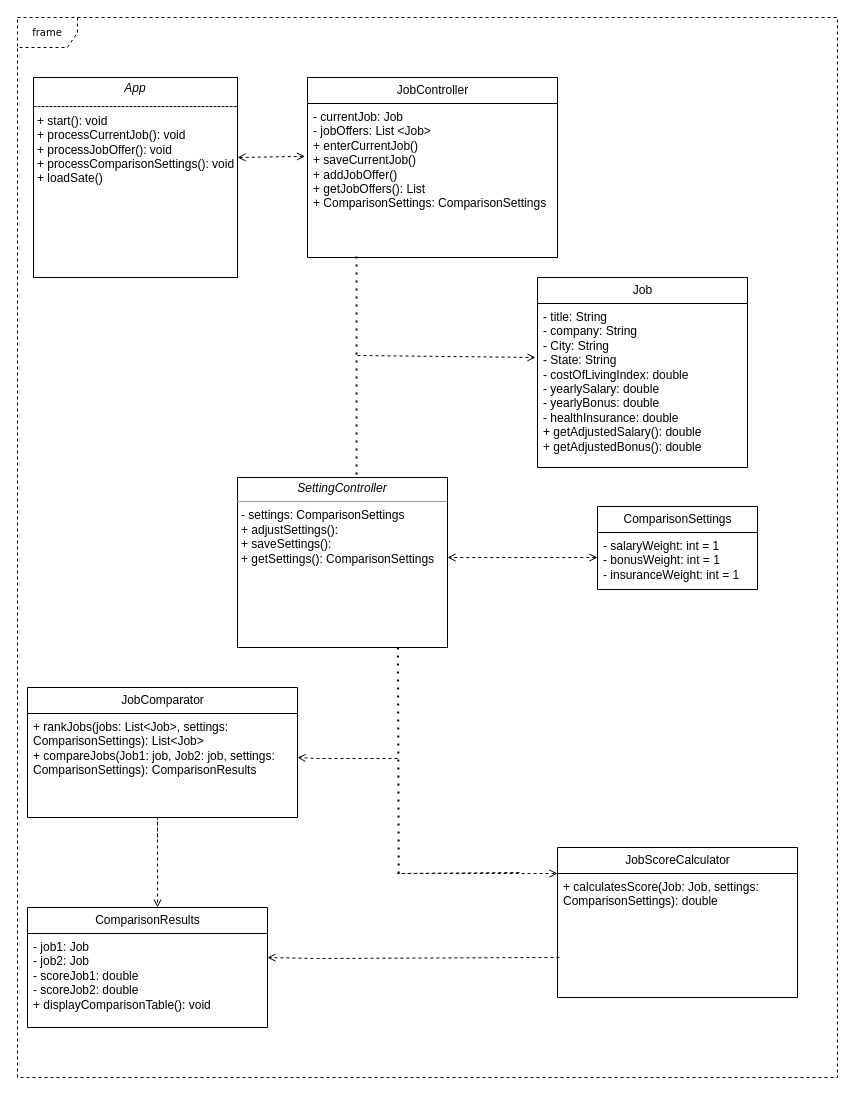
Above: Untitled Diagram.drawio in yzhuo46/myrepo (draw.io), before the change. Source tidied: cells renumbered, new cells numbered last; positions are measured from the earlier drawing's top-left corner, leaving out a move shared by most shapes. Both pictures are drawn from the tidied source at 100%, with x=0, y=0 at pixel (17, 17).
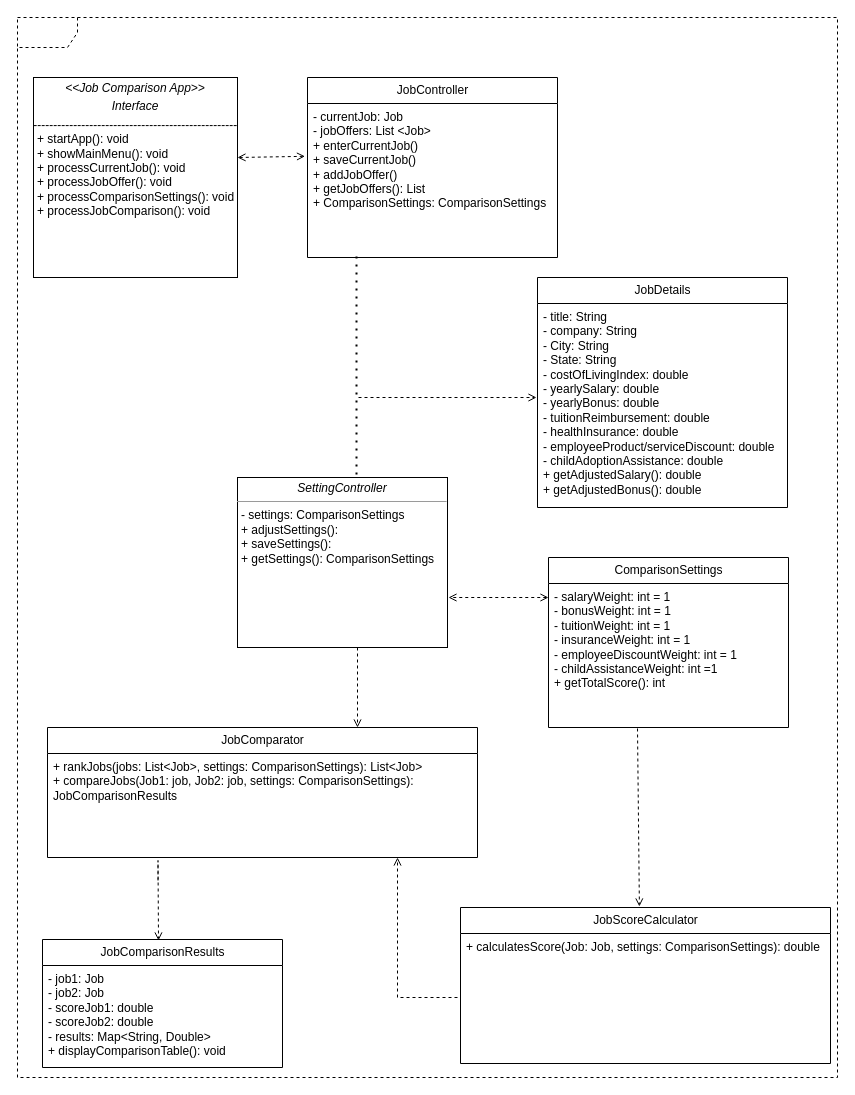
After the change.

Change to the diagram source:
```diff
@@
-    <mxCell id="2" value="frame" style="shape=umlFrame;whiteSpace=wrap;html=1;rounded=0;shadow=0;comic=0;labelBackgroundColor=none;strokeWidth=1;fontFamily=Verdana;fontSize=10;align=center;dashed=1;" parent="1" vertex="1">
+    <mxCell id="2" style="shape=umlFrame;whiteSpace=wrap;html=1;rounded=0;shadow=0;comic=0;labelBackgroundColor=none;strokeWidth=1;fontFamily=Verdana;fontSize=10;align=center;dashed=1;" parent="1" vertex="1">
       <mxGeometry width="820" height="1060" as="geometry" />
     </mxCell>
@@
-    <mxCell id="5" value="&lt;font style=&quot;font-size: 12px;&quot; face=&quot;Helvetica&quot;&gt;Job&lt;/font&gt;" style="swimlane;html=1;fontStyle=0;horizontal=1;startSize=26;fillColor=none;swimlaneFillColor=#ffffff;rounded=0;shadow=0;comic=0;labelBackgroundColor=none;strokeWidth=1;fontFamily=Verdana;fontSize=10;align=center;" parent="1" vertex="1">
-      <mxGeometry x="520" y="260" width="210" height="190" as="geometry" />
+    <mxCell id="5" value="&lt;font style=&quot;font-size: 12px;&quot; face=&quot;Helvetica&quot;&gt;JobDetails&lt;/font&gt;" style="swimlane;html=1;fontStyle=0;horizontal=1;startSize=26;fillColor=none;swimlaneFillColor=#ffffff;rounded=0;shadow=0;comic=0;labelBackgroundColor=none;strokeWidth=1;fontFamily=Verdana;fontSize=10;align=center;" parent="1" vertex="1">
+      <mxGeometry x="520" y="260" width="250" height="230" as="geometry" />
     </mxCell>
-    <mxCell id="6" value="- title: String&lt;div&gt;- company: String&lt;/div&gt;&lt;div&gt;- City: String&lt;/div&gt;&lt;div&gt;- State: String&lt;/div&gt;&lt;div&gt;- costOfLivingIndex: double&lt;/div&gt;&lt;div&gt;- yearlySalary: double&lt;/div&gt;&lt;div&gt;- yearlyBonus: double&lt;/div&gt;&lt;div&gt;- healthInsurance: double&lt;/div&gt;&lt;div&gt;+ getAdjustedSalary(): double&lt;/div&gt;&lt;div&gt;+ getAdjustedBonus(): double&lt;/div&gt;" style="text;html=1;strokeColor=none;fillColor=none;align=left;verticalAlign=top;spacingLeft=4;spacingRight=4;whiteSpace=wrap;overflow=hidden;" parent="5" vertex="1">
-      <mxGeometry y="26" width="210" height="164" as="geometry" />
+    <mxCell id="6" value="- title: String&lt;div&gt;- company: String&lt;/div&gt;&lt;div&gt;- City: String&lt;/div&gt;&lt;div&gt;- State: String&lt;/div&gt;&lt;div&gt;- costOfLivingIndex: double&lt;/div&gt;&lt;div&gt;- yearlySalary: double&lt;/div&gt;&lt;div&gt;- yearlyBonus: double&lt;/div&gt;&lt;div&gt;- tuitionReimbursement: double&lt;/div&gt;&lt;div&gt;- healthInsurance: double&lt;/div&gt;&lt;div&gt;- employeeProduct/serviceDiscount: double&lt;/div&gt;&lt;div&gt;- childAdoptionAssistance: double&lt;/div&gt;&lt;div&gt;+ getAdjustedSalary(): double&lt;/div&gt;&lt;div&gt;+ getAdjustedBonus(): double&lt;/div&gt;" style="text;html=1;strokeColor=none;fillColor=none;align=left;verticalAlign=top;spacingLeft=4;spacingRight=4;whiteSpace=wrap;overflow=hidden;" parent="5" vertex="1">
+      <mxGeometry y="26" width="250" height="204" as="geometry" />
     </mxCell>
     <mxCell id="7" value="&lt;font style=&quot;font-size: 12px;&quot; face=&quot;Helvetica&quot;&gt;JobScoreCalculator&lt;/font&gt;" style="swimlane;html=1;fontStyle=0;horizontal=1;startSize=26;fillColor=none;swimlaneFillColor=#ffffff;rounded=0;shadow=0;comic=0;labelBackgroundColor=none;strokeWidth=1;fontFamily=Verdana;fontSize=10;align=center;" parent="1" vertex="1">
-      <mxGeometry x="540" y="830" width="240" height="150" as="geometry" />
+      <mxGeometry x="443" y="890" width="370" height="156" as="geometry" />
     </mxCell>
     <mxCell id="8" value="+ calculatesScore(Job: Job, settings: ComparisonSettings): double" style="text;html=1;strokeColor=none;fillColor=none;align=left;verticalAlign=top;spacingLeft=4;spacingRight=4;whiteSpace=wrap;overflow=hidden;points=[[0,0.5],[1,0.5]];portConstraint=eastwest;" parent="7" vertex="1">
-      <mxGeometry y="26" width="240" height="124" as="geometry" />
+      <mxGeometry y="26" width="370" height="130" as="geometry" />
     </mxCell>
     <mxCell id="9" value="&lt;font style=&quot;font-size: 12px;&quot; face=&quot;Helvetica&quot;&gt;JobComparator&lt;/font&gt;" style="swimlane;html=1;fontStyle=0;horizontal=1;startSize=26;fillColor=none;swimlaneFillColor=#ffffff;rounded=0;shadow=0;comic=0;labelBackgroundColor=none;strokeWidth=1;fontFamily=Verdana;fontSize=10;align=center;" parent="1" vertex="1">
-      <mxGeometry x="10" y="670" width="270" height="130" as="geometry" />
+      <mxGeometry x="30" y="710" width="430" height="130" as="geometry" />
     </mxCell>
-    <mxCell id="10" value="+ rankJobs(jobs: List&amp;lt;Job&amp;gt;, settings: ComparisonSettings): List&amp;lt;Job&amp;gt;&lt;div&gt;+ compareJobs(Job1: job, Job2: job, settings: ComparisonSettings): ComparisonResults&lt;/div&gt;" style="text;html=1;strokeColor=none;fillColor=none;align=left;verticalAlign=top;spacingLeft=4;spacingRight=4;whiteSpace=wrap;overflow=hidden;" parent="9" vertex="1">
-      <mxGeometry y="26" width="270" height="74" as="geometry" />
+    <mxCell id="10" value="+ rankJobs(jobs: List&amp;lt;Job&amp;gt;, settings: ComparisonSettings): List&amp;lt;Job&amp;gt;&lt;div&gt;+ compareJobs(Job1: job, Job2: job, settings: ComparisonSettings): JobComparisonResults&lt;/div&gt;" style="text;html=1;strokeColor=none;fillColor=none;align=left;verticalAlign=top;spacingLeft=4;spacingRight=4;whiteSpace=wrap;overflow=hidden;" parent="9" vertex="1">
+      <mxGeometry y="26" width="430" height="74" as="geometry" />
     </mxCell>
     <mxCell id="11" value="&lt;font style=&quot;font-size: 12px;&quot; face=&quot;Helvetica&quot;&gt;ComparisonSettings&lt;/font&gt;" style="swimlane;html=1;fontStyle=0;horizontal=1;startSize=26;fillColor=none;swimlaneFillColor=#ffffff;rounded=0;shadow=0;comic=0;labelBackgroundColor=none;strokeWidth=1;fontFamily=Verdana;fontSize=10;align=center;" parent="1" vertex="1">
-      <mxGeometry x="580" y="489" width="160" height="83" as="geometry" />
+      <mxGeometry x="531" y="540" width="240" height="170" as="geometry" />
     </mxCell>
-    <mxCell id="12" value="- salaryWeight: int = 1&lt;div&gt;- bonusWeight: int = 1&lt;/div&gt;&lt;div&gt;- insuranceWeight: int = 1&lt;/div&gt;" style="text;html=1;strokeColor=none;fillColor=none;align=left;verticalAlign=top;spacingLeft=4;spacingRight=4;whiteSpace=wrap;overflow=hidden;" parent="11" vertex="1">
-      <mxGeometry y="26" width="160" height="54" as="geometry" />
+    <mxCell id="12" value="- salaryWeight: int = 1&lt;div&gt;- bonusWeight: int = 1&lt;/div&gt;&lt;div&gt;- tuitionWeight: int = 1&lt;/div&gt;&lt;div&gt;- insuranceWeight: int = 1&lt;/div&gt;&lt;div&gt;- employeeDiscountWeight: int = 1&lt;/div&gt;&lt;div&gt;- childAssistanceWeight: int =1&lt;/div&gt;&lt;div&gt;+ getTotalScore(): int&lt;/div&gt;" style="text;html=1;strokeColor=none;fillColor=none;align=left;verticalAlign=top;spacingLeft=4;spacingRight=4;whiteSpace=wrap;overflow=hidden;" parent="11" vertex="1">
+      <mxGeometry y="26" width="240" height="144" as="geometry" />
     </mxCell>
-    <mxCell id="13" value="&lt;p style=&quot;margin:0px;margin-top:4px;text-align:center;&quot;&gt;&lt;i&gt;App&lt;/i&gt;&lt;br&gt;&lt;/p&gt;&lt;p style=&quot;margin:0px;margin-top:4px;text-align:center;&quot;&gt;&lt;i&gt;---------------------------------------------------&lt;/i&gt;&lt;/p&gt;&lt;p style=&quot;margin:0px;margin-left:4px;&quot;&gt;+ start(): void&lt;br&gt;+ processCurrentJob(): void&lt;/p&gt;&lt;p style=&quot;margin:0px;margin-left:4px;&quot;&gt;+ processJobOffer(): void&lt;/p&gt;&lt;p style=&quot;margin:0px;margin-left:4px;&quot;&gt;+ processComparisonSettings(): void&lt;/p&gt;&lt;p style=&quot;margin:0px;margin-left:4px;&quot;&gt;+ loadSate()&lt;/p&gt;" style="verticalAlign=top;align=left;overflow=fill;fontSize=12;fontFamily=Helvetica;html=1;rounded=0;shadow=0;comic=0;labelBackgroundColor=none;strokeWidth=1;" parent="1" vertex="1">
+    <mxCell id="13" value="&lt;p style=&quot;margin:0px;margin-top:4px;text-align:center;&quot;&gt;&lt;i&gt;&amp;lt;&amp;lt;Job Comparison App&amp;gt;&amp;gt;&lt;/i&gt;&lt;br&gt;&lt;/p&gt;&lt;p style=&quot;margin:0px;margin-top:4px;text-align:center;&quot;&gt;&lt;i&gt;Interface&lt;/i&gt;&lt;/p&gt;&lt;p style=&quot;margin:0px;margin-top:4px;text-align:center;&quot;&gt;&lt;i&gt;---------------------------------------------------&lt;/i&gt;&lt;/p&gt;&lt;p style=&quot;margin:0px;margin-left:4px;&quot;&gt;+ startApp(): void&lt;/p&gt;&lt;p style=&quot;margin:0px;margin-left:4px;&quot;&gt;+ showMainMenu(): void&lt;br&gt;+ processCurrentJob(): void&lt;/p&gt;&lt;p style=&quot;margin:0px;margin-left:4px;&quot;&gt;+ processJobOffer(): void&lt;/p&gt;&lt;p style=&quot;margin:0px;margin-left:4px;&quot;&gt;+ processComparisonSettings(): void&lt;/p&gt;&lt;p style=&quot;margin:0px;margin-left:4px;&quot;&gt;+ processJobComparison(): void&lt;/p&gt;" style="verticalAlign=top;align=left;overflow=fill;fontSize=12;fontFamily=Helvetica;html=1;rounded=0;shadow=0;comic=0;labelBackgroundColor=none;strokeWidth=1;" parent="1" vertex="1">
       <mxGeometry x="16" y="60" width="204" height="200" as="geometry" />
     </mxCell>
@@
     <mxCell id="18" style="endArrow=open;html=1;rounded=0;dashed=1;endFill=0;" parent="1" edge="1">
       <mxGeometry relative="1" as="geometry">
-        <mxPoint x="340" y="338" as="sourcePoint" />
-        <mxPoint x="518" y="340" as="targetPoint" />
+        <mxPoint x="341" y="380" as="sourcePoint" />
+        <mxPoint x="519" y="380" as="targetPoint" />
       </mxGeometry>
     </mxCell>
     <mxCell id="19" style="endArrow=open;startArrow=open;html=1;rounded=0;startFill=0;dashed=1;endFill=0;" parent="1" edge="1">
       <mxGeometry relative="1" as="geometry">
-        <mxPoint x="580" y="540" as="sourcePoint" />
-        <mxPoint x="430" y="540" as="targetPoint" />
+        <mxPoint x="531" y="580" as="sourcePoint" />
+        <mxPoint x="431" y="580" as="targetPoint" />
         <Array as="points">
-          <mxPoint x="470" y="540" />
+          <mxPoint x="471" y="580" />
         </Array>
       </mxGeometry>
     </mxCell>
-    <mxCell id="20" style="endArrow=none;dashed=1;html=1;dashPattern=1 3;strokeWidth=2;rounded=0;" parent="1" edge="1">
-      <mxGeometry relative="1" as="geometry">
-        <mxPoint x="380.5" y="630" as="sourcePoint" />
-        <mxPoint x="381.2" y="860" as="targetPoint" />
-      </mxGeometry>
-    </mxCell>
-    <mxCell id="21" style="endArrow=open;html=1;rounded=0;dashed=1;endFill=0;" parent="1" edge="1">
-      <mxGeometry relative="1" as="geometry">
-        <mxPoint x="380" y="741" as="sourcePoint" />
-        <mxPoint x="280" y="740" as="targetPoint" />
-        <Array as="points">
-          <mxPoint x="300" y="741" />
-        </Array>
-      </mxGeometry>
-    </mxCell>
-    <mxCell id="22" style="endArrow=open;html=1;rounded=0;dashed=1;endFill=0;" parent="1" edge="1">
+    <mxCell id="22" style="endArrow=open;html=1;rounded=0;dashed=1;endFill=0;entryX=0.473;entryY=-0.013;entryDx=0;entryDy=0;exitX=0.371;exitY=1;exitDx=0;exitDy=0;exitPerimeter=0;entryPerimeter=0;" parent="1" edge="1">
       <mxGeometry relative="1" as="geometry">
-        <mxPoint x="501.9" y="855" as="sourcePoint" />
-        <mxPoint x="540" y="856" as="targetPoint" />
-        <Array as="points">
-          <mxPoint x="380" y="856" />
-        </Array>
+        <mxPoint x="620" y="711" as="sourcePoint" />
+        <mxPoint x="621.9" y="889" as="targetPoint" />
       </mxGeometry>
     </mxCell>
-    <mxCell id="23" value="&lt;font style=&quot;font-size: 12px;&quot; face=&quot;Helvetica&quot;&gt;ComparisonResults&lt;/font&gt;" style="swimlane;html=1;fontStyle=0;horizontal=1;startSize=26;fillColor=none;swimlaneFillColor=#ffffff;rounded=0;shadow=0;comic=0;labelBackgroundColor=none;strokeWidth=1;fontFamily=Verdana;fontSize=10;align=center;" parent="1" vertex="1">
-      <mxGeometry x="10" y="890" width="240" height="120" as="geometry" />
+    <mxCell id="23" value="&lt;font style=&quot;font-size: 12px;&quot; face=&quot;Helvetica&quot;&gt;JobComparisonResults&lt;/font&gt;" style="swimlane;html=1;fontStyle=0;horizontal=1;startSize=26;fillColor=none;swimlaneFillColor=#ffffff;rounded=0;shadow=0;comic=0;labelBackgroundColor=none;strokeWidth=1;fontFamily=Verdana;fontSize=10;align=center;" parent="1" vertex="1">
+      <mxGeometry x="25" y="922" width="240" height="128" as="geometry" />
     </mxCell>
-    <mxCell id="24" value="- job1: Job&lt;div&gt;- job2: Job&lt;/div&gt;&lt;div&gt;- scoreJob1: double&lt;/div&gt;&lt;div&gt;- scoreJob2: double&lt;/div&gt;&lt;div&gt;+ displayComparisonTable(): void&lt;/div&gt;" style="text;html=1;strokeColor=none;fillColor=none;align=left;verticalAlign=top;spacingLeft=4;spacingRight=4;whiteSpace=wrap;overflow=hidden;" parent="23" vertex="1">
-      <mxGeometry y="26" width="240" height="84" as="geometry" />
+    <mxCell id="24" value="- job1: Job&lt;div&gt;- job2: Job&lt;/div&gt;&lt;div&gt;- scoreJob1: double&lt;/div&gt;&lt;div&gt;- scoreJob2: double&lt;/div&gt;&lt;div&gt;- results: Map&amp;lt;String, Double&amp;gt;&lt;/div&gt;&lt;div&gt;+ displayComparisonTable(): void&lt;/div&gt;" style="text;html=1;strokeColor=none;fillColor=none;align=left;verticalAlign=top;spacingLeft=4;spacingRight=4;whiteSpace=wrap;overflow=hidden;" parent="23" vertex="1">
+      <mxGeometry y="26" width="240" height="94" as="geometry" />
     </mxCell>
-    <mxCell id="25" style="endArrow=open;html=1;rounded=0;dashed=1;endFill=0;exitX=0.008;exitY=0.677;exitDx=0;exitDy=0;exitPerimeter=0;" parent="1" edge="1" source="8">
+    <mxCell id="25" style="endArrow=open;html=1;rounded=0;dashed=1;endFill=0;" parent="1" edge="1">
       <mxGeometry relative="1" as="geometry">
-        <mxPoint x="250" y="940" as="targetPoint" />
+        <mxPoint x="440" y="980" as="sourcePoint" />
+        <mxPoint x="380" y="840" as="targetPoint" />
         <Array as="points">
-          <mxPoint x="300" y="941" />
+          <mxPoint x="380" y="980" />
         </Array>
       </mxGeometry>
     </mxCell>
-    <mxCell id="26" style="endArrow=open;html=1;rounded=0;dashed=1;endFill=0;entryX=0.542;entryY=-0.025;entryDx=0;entryDy=0;entryPerimeter=0;" parent="1" edge="1">
+    <mxCell id="26" style="endArrow=open;html=1;rounded=0;dashed=1;endFill=0;" parent="1" edge="1">
       <mxGeometry relative="1" as="geometry">
-        <mxPoint x="140" y="820" as="sourcePoint" />
-        <mxPoint x="140.1" y="890" as="targetPoint" />
+        <mxPoint x="140.5" y="863" as="sourcePoint" />
+        <mxPoint x="141" y="923" as="targetPoint" />
         <Array as="points">
-          <mxPoint x="140" y="800" />
+          <mxPoint x="140.5" y="843" />
         </Array>
       </mxGeometry>
     </mxCell>
+    <mxCell id="27" style="endArrow=open;html=1;rounded=0;dashed=1;endFill=0;" parent="1" edge="1">
+      <mxGeometry relative="1" as="geometry">
+        <mxPoint x="340" y="630" as="sourcePoint" />
+        <mxPoint x="340" y="710" as="targetPoint" />
+      </mxGeometry>
+    </mxCell>
```
